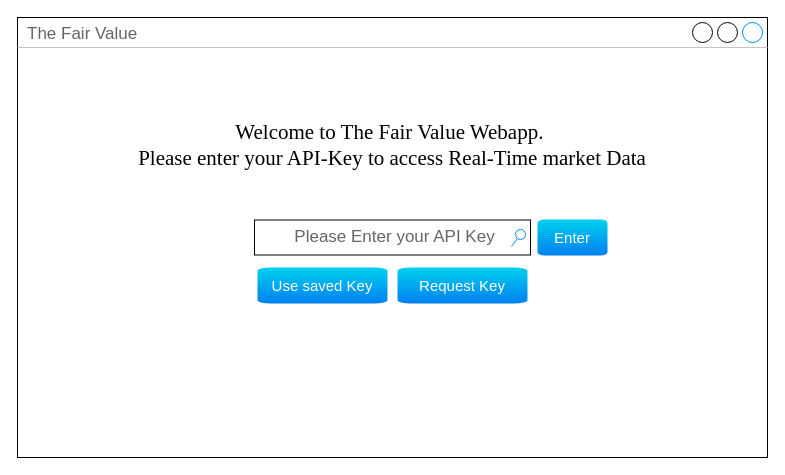
Earlier version of the draw.io diagram page "Opening Page" (1 of 6) of Mockup.drawio (Ellebam/TheFairValue). Source tidied: cells renumbered, new cells numbered last; positions are measured from the earlier drawing's top-left corner, leaving out a move shared by most shapes. Both pictures are drawn from the tidied source at 100%, with x=0, y=0 at pixel (17, 17).
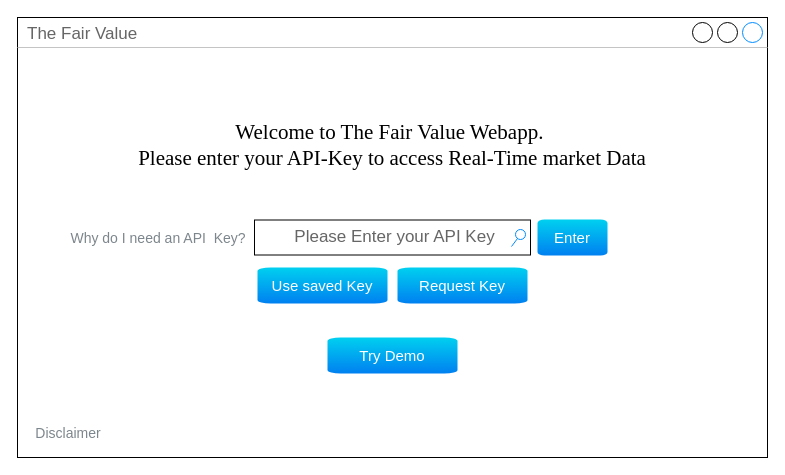
The same page after the edit.

Change to the diagram source:
```diff
@@
 <mxGraphModel>
   <root>
     <mxCell id="0" />
     <mxCell id="1" parent="0" />
     <mxCell id="2" value="The Fair Value" style="strokeWidth=1;shadow=0;dashed=0;align=center;html=1;shape=mxgraph.mockup.containers.window;align=left;verticalAlign=top;spacingLeft=8;strokeColor2=#008cff;strokeColor3=#c4c4c4;fontColor=#666666;mainText=;fontSize=17;labelBackgroundColor=none;" parent="1" vertex="1">
       <mxGeometry width="750" height="440" as="geometry" />
     </mxCell>
     <mxCell id="3" value="Please Enter your API Key" style="strokeWidth=1;shadow=0;dashed=0;align=center;html=1;shape=mxgraph.mockup.forms.searchBox;mainText=;strokeColor2=#008cff;fontColor=#666666;fontSize=17;align=center;spacingLeft=3;sketch=0;" parent="1" vertex="1">
       <mxGeometry x="237" y="202.5" width="276" height="35" as="geometry" />
     </mxCell>
     <mxCell id="4" value="&lt;font style=&quot;font-size: 15px&quot;&gt;Enter&lt;/font&gt;" style="html=1;strokeWidth=1;shadow=0;dashed=0;shape=mxgraph.ios7ui.icon;fontSize=8;fontColor=#ffffff;buttonText=;whiteSpace=wrap;align=center;sketch=0;" parent="1" vertex="1">
       <mxGeometry x="520" y="202" width="70" height="36" as="geometry" />
     </mxCell>
     <mxCell id="5" value="&lt;font style=&quot;font-size: 15px&quot;&gt;Request Key&lt;/font&gt;" style="html=1;strokeWidth=1;shadow=0;dashed=0;shape=mxgraph.ios7ui.icon;fontSize=8;fontColor=#ffffff;buttonText=;whiteSpace=wrap;align=center;sketch=0;" parent="1" vertex="1">
       <mxGeometry x="380" y="250" width="130" height="36" as="geometry" />
     </mxCell>
     <mxCell id="6" value="&lt;font style=&quot;font-size: 15px&quot;&gt;Use saved Key&lt;/font&gt;" style="html=1;strokeWidth=1;shadow=0;dashed=0;shape=mxgraph.ios7ui.icon;fontSize=8;fontColor=#ffffff;buttonText=;whiteSpace=wrap;align=center;sketch=0;" parent="1" vertex="1">
       <mxGeometry x="240" y="250" width="130" height="36" as="geometry" />
     </mxCell>
     <mxCell id="7" value="&lt;div style=&quot;font-size: 21px&quot;&gt;&lt;font style=&quot;font-size: 21px&quot; face=&quot;Times New Roman&quot;&gt;Welcome to The Fair Value Webapp.&amp;nbsp;&lt;/font&gt;&lt;/div&gt;&lt;div style=&quot;font-size: 21px&quot;&gt;&lt;font style=&quot;font-size: 21px&quot; face=&quot;Times New Roman&quot;&gt;Please enter your API-Key to access Real-Time market Data&lt;/font&gt;&lt;/div&gt;" style="text;spacingTop=-5;whiteSpace=wrap;html=1;align=center;fontSize=12;fontFamily=Helvetica;fillColor=none;strokeColor=none;sketch=0;strokeWidth=2;" parent="1" vertex="1">
       <mxGeometry x="75" y="100" width="600" height="90" as="geometry" />
     </mxCell>
+    <mxCell id="8" value="&lt;font style=&quot;font-size: 15px&quot;&gt;Try Demo&lt;/font&gt;" style="html=1;strokeWidth=1;shadow=0;dashed=0;shape=mxgraph.ios7ui.icon;fontSize=8;fontColor=#ffffff;buttonText=;whiteSpace=wrap;align=center;sketch=0;" parent="1" vertex="1">
+      <mxGeometry x="310" y="320" width="130" height="36" as="geometry" />
+    </mxCell>
+    <mxCell id="9" value="Disclaimer" style="fillColor=none;strokeColor=none;fontSize=14;fontColor=#7D868C;" parent="1" vertex="1">
+      <mxGeometry x="11" y="400" width="80" height="30" as="geometry" />
+    </mxCell>
+    <mxCell id="10" value="Why do I need an API  Key?" style="fillColor=none;strokeColor=none;fontSize=14;fontColor=#7D868C;" parent="1" vertex="1">
+      <mxGeometry x="101" y="205" width="80" height="30" as="geometry" />
+    </mxCell>
   </root>
 </mxGraphModel>
```
